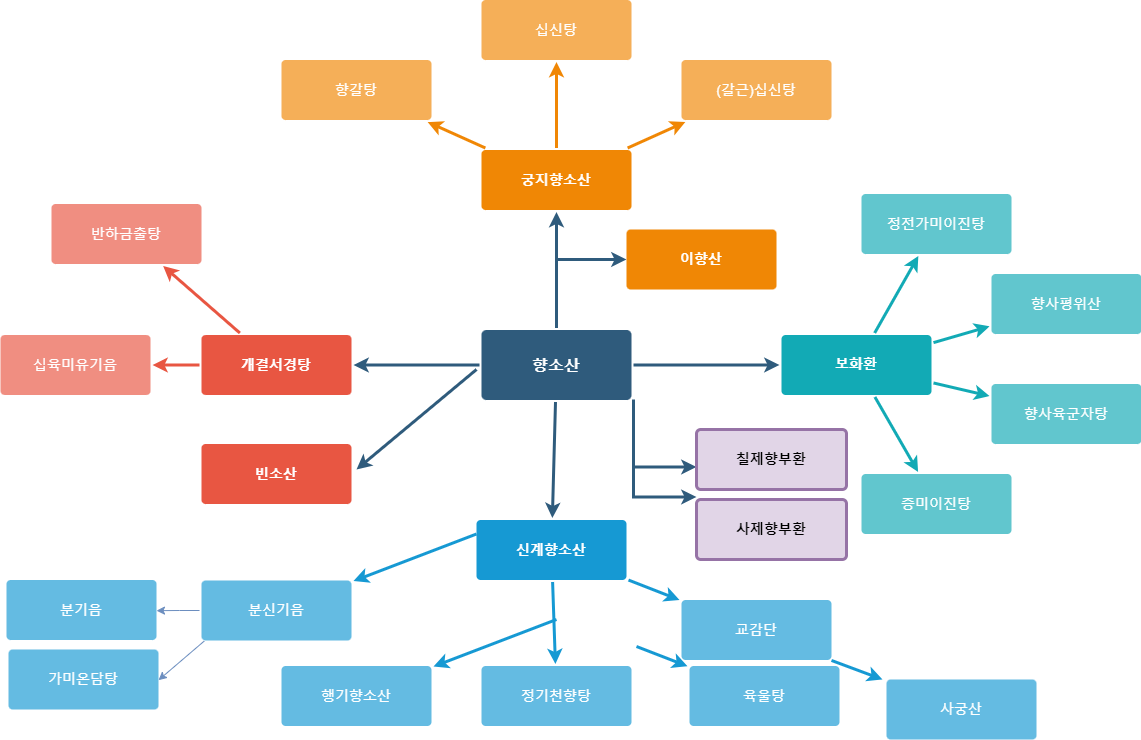
The draw.io diagram 향소산플로우차트.drawio.png in Jinzin71/sparta, before a commit. Source tidied: cells renumbered, new cells last; positions are measured from the earlier drawing's top-left corner, leaving out a move shared by most shapes.
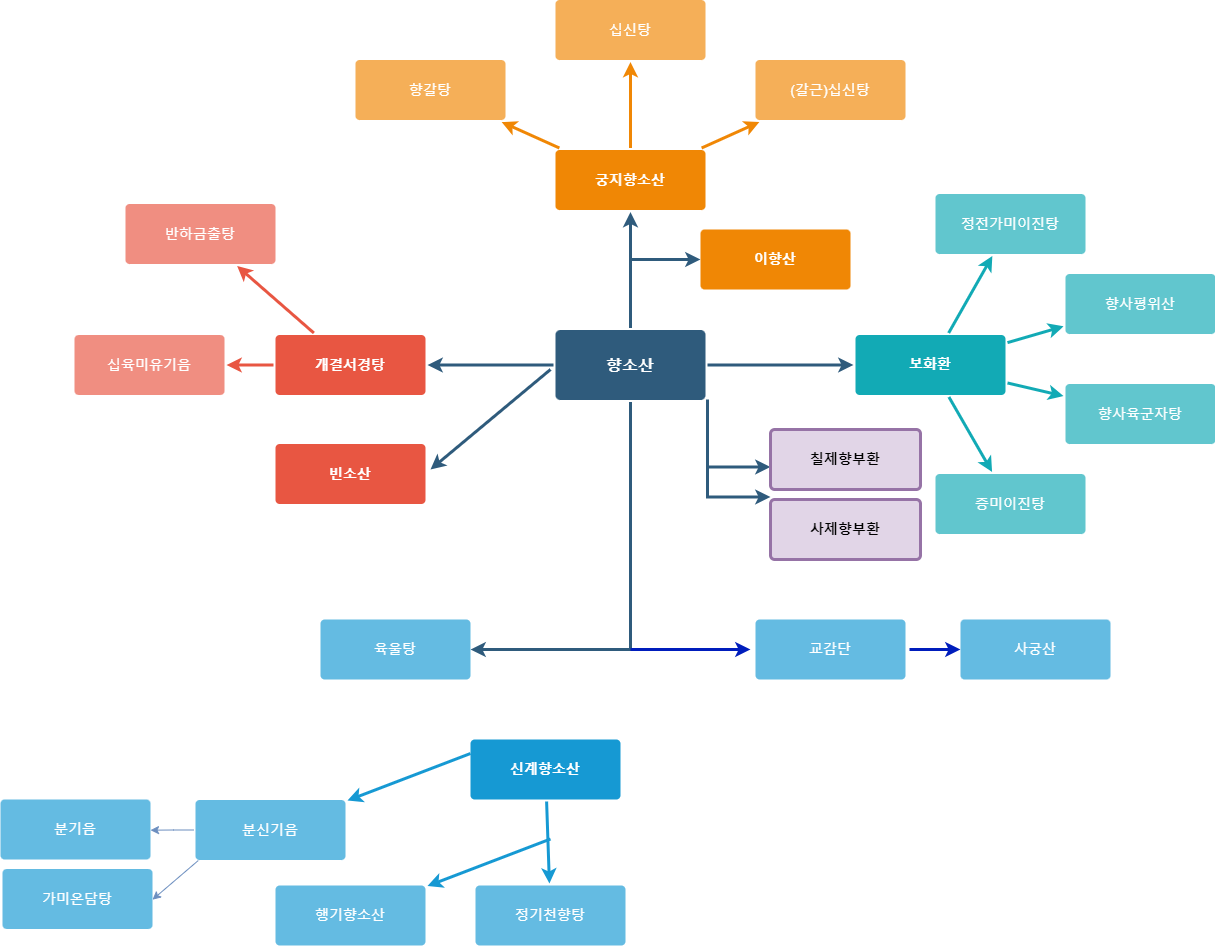
Above is the later version.

Commit message:
향소산플로우차트.drawio.png 업데이트

Change to the diagram source:
```diff
@@ -8,8 +8,13 @@
     <mxCell id="3" style="edgeStyle=none;rounded=0;jumpStyle=none;html=1;shadow=0;labelBackgroundColor=none;startArrow=none;startFill=0;endArrow=classic;endFill=1;jettySize=auto;strokeColor=#2F5B7C;strokeWidth=3;fontFamily=Helvetica;fontSize=16;fontColor=#23445D;spacing=5;" parent="1" edge="1" source="7" target="27">
       <mxGeometry relative="1" as="geometry" />
     </mxCell>
-    <mxCell id="4" style="edgeStyle=none;rounded=0;jumpStyle=none;html=1;shadow=0;labelBackgroundColor=none;startArrow=none;startFill=0;endArrow=classic;endFill=1;jettySize=auto;strokeColor=#2F5B7C;strokeWidth=3;fontFamily=Helvetica;fontSize=16;fontColor=#23445D;spacing=5;" parent="1" edge="1" source="7" target="16">
-      <mxGeometry relative="1" as="geometry" />
+    <mxCell id="4" style="edgeStyle=orthogonalEdgeStyle;rounded=0;jumpStyle=none;html=1;shadow=0;labelBackgroundColor=none;startArrow=none;startFill=0;endArrow=classic;endFill=1;jettySize=auto;strokeColor=#2F5B7C;strokeWidth=3;fontFamily=Helvetica;fontSize=16;fontColor=#23445D;spacing=5;" parent="1" edge="1" source="7">
+      <mxGeometry relative="1" as="geometry">
+        <mxPoint x="396" y="650" as="targetPoint" />
+        <Array as="points">
+          <mxPoint x="556" y="650" />
+        </Array>
+      </mxGeometry>
     </mxCell>
     <mxCell id="5" style="edgeStyle=none;rounded=0;jumpStyle=none;html=1;shadow=0;labelBackgroundColor=none;startArrow=none;startFill=0;endArrow=classic;endFill=1;jettySize=auto;strokeColor=#2F5B7C;strokeWidth=3;fontFamily=Helvetica;fontSize=16;fontColor=#23445D;spacing=5;" parent="1" edge="1" source="7" target="10">
       <mxGeometry relative="1" as="geometry" />
@@ -39,26 +44,23 @@
     </mxCell>
     <mxCell id="13" style="edgeStyle=none;rounded=0;jumpStyle=none;html=1;shadow=0;labelBackgroundColor=none;startArrow=none;startFill=0;endArrow=classic;endFill=1;jettySize=auto;strokeColor=#1699D3;strokeWidth=3;fontFamily=Helvetica;fontSize=14;fontColor=#FFFFFF;spacing=5;" parent="1" edge="1" target="19">
       <mxGeometry relative="1" as="geometry">
-        <mxPoint x="556" y="620" as="sourcePoint" />
+        <mxPoint x="476" y="839.5" as="sourcePoint" />
       </mxGeometry>
     </mxCell>
     <mxCell id="14" style="edgeStyle=none;rounded=0;jumpStyle=none;html=1;shadow=0;labelBackgroundColor=none;startArrow=none;startFill=0;endArrow=classic;endFill=1;jettySize=auto;strokeColor=#1699D3;strokeWidth=3;fontFamily=Helvetica;fontSize=14;fontColor=#FFFFFF;spacing=5;" parent="1" edge="1" source="16" target="18">
       <mxGeometry relative="1" as="geometry" />
     </mxCell>
-    <mxCell id="15" style="edgeStyle=none;rounded=0;jumpStyle=none;html=1;shadow=0;labelBackgroundColor=none;startArrow=none;startFill=0;endArrow=classic;endFill=1;jettySize=auto;strokeColor=#1699D3;strokeWidth=3;fontFamily=Helvetica;fontSize=14;fontColor=#FFFFFF;spacing=5;" parent="1" edge="1" source="16" target="17">
-      <mxGeometry relative="1" as="geometry" />
-    </mxCell>
     <mxCell id="16" value="신계향소산" style="rounded=1;whiteSpace=wrap;html=1;shadow=0;labelBackgroundColor=none;strokeColor=none;strokeWidth=3;fillColor=#1699d3;fontFamily=Helvetica;fontSize=14;fontColor=#FFFFFF;align=center;spacing=5;fontStyle=1;arcSize=7;perimeterSpacing=2;" parent="1" vertex="1">
-      <mxGeometry x="476" y="520.5" width="150" height="60" as="geometry" />
+      <mxGeometry x="396" y="740" width="150" height="60" as="geometry" />
     </mxCell>
     <mxCell id="17" value="교감단" style="rounded=1;whiteSpace=wrap;html=1;shadow=0;labelBackgroundColor=none;strokeColor=none;strokeWidth=3;fillColor=#64bbe2;fontFamily=Helvetica;fontSize=14;fontColor=#FFFFFF;align=center;spacing=5;arcSize=7;perimeterSpacing=2;" parent="1" vertex="1">
-      <mxGeometry x="681" y="600.5" width="150" height="60" as="geometry" />
+      <mxGeometry x="681" y="620" width="150" height="60" as="geometry" />
     </mxCell>
     <mxCell id="18" value="정기천향탕" style="rounded=1;whiteSpace=wrap;html=1;shadow=0;labelBackgroundColor=none;strokeColor=none;strokeWidth=3;fillColor=#64bbe2;fontFamily=Helvetica;fontSize=14;fontColor=#FFFFFF;align=center;spacing=5;arcSize=7;perimeterSpacing=2;" parent="1" vertex="1">
-      <mxGeometry x="481" y="666.5" width="150" height="60" as="geometry" />
+      <mxGeometry x="401" y="886" width="150" height="60" as="geometry" />
     </mxCell>
     <mxCell id="19" value="행기향소산" style="rounded=1;whiteSpace=wrap;html=1;shadow=0;labelBackgroundColor=none;strokeColor=none;strokeWidth=3;fillColor=#64bbe2;fontFamily=Helvetica;fontSize=14;fontColor=#FFFFFF;align=center;spacing=5;arcSize=7;perimeterSpacing=2;" parent="1" vertex="1">
-      <mxGeometry x="281" y="666.5" width="150" height="60" as="geometry" />
+      <mxGeometry x="201" y="886" width="150" height="60" as="geometry" />
     </mxCell>
     <mxCell id="20" value="궁지향소산" style="rounded=1;whiteSpace=wrap;html=1;shadow=0;labelBackgroundColor=none;strokeColor=none;strokeWidth=3;fillColor=#F08705;fontFamily=Helvetica;fontSize=14;fontColor=#FFFFFF;align=center;spacing=5;fontStyle=1;arcSize=7;perimeterSpacing=2;" parent="1" vertex="1">
       <mxGeometry x="481" y="150.5" width="150" height="60" as="geometry" />
@@ -150,46 +152,47 @@
     <mxCell id="43" value="사제향부환" style="rounded=1;whiteSpace=wrap;html=1;shadow=0;labelBackgroundColor=none;strokeColor=#9673a6;strokeWidth=3;fillColor=#e1d5e7;fontFamily=Helvetica;fontSize=14;align=center;spacing=5;fontStyle=1;arcSize=7;perimeterSpacing=2;" parent="1" vertex="1">
       <mxGeometry x="696" y="500" width="150" height="60" as="geometry" />
     </mxCell>
-    <mxCell id="44" style="edgeStyle=none;rounded=0;jumpStyle=none;html=1;shadow=0;labelBackgroundColor=none;startArrow=none;startFill=0;endArrow=classic;endFill=1;jettySize=auto;orthogonalLoop=1;strokeColor=#1699D3;strokeWidth=3;fontFamily=Helvetica;fontSize=14;fontColor=#FFFFFF;spacing=5;" parent="1" edge="1">
+    <mxCell id="44" style="edgeStyle=none;rounded=0;jumpStyle=none;html=1;shadow=0;labelBackgroundColor=none;startArrow=none;startFill=0;endArrow=classic;endFill=1;jettySize=auto;orthogonalLoop=1;strokeColor=#001DBC;strokeWidth=3;fontFamily=Helvetica;fontSize=14;fontColor=#FFFFFF;spacing=5;fillColor=#0050ef;" parent="1" edge="1">
       <mxGeometry relative="1" as="geometry">
-        <mxPoint x="831" y="661" as="sourcePoint" />
-        <mxPoint x="882" y="680" as="targetPoint" />
+        <mxPoint x="835" y="650" as="sourcePoint" />
+        <mxPoint x="886" y="650" as="targetPoint" />
       </mxGeometry>
     </mxCell>
     <mxCell id="45" value="사궁산" style="rounded=1;whiteSpace=wrap;html=1;shadow=0;labelBackgroundColor=none;strokeColor=none;strokeWidth=3;fillColor=#64bbe2;fontFamily=Helvetica;fontSize=14;fontColor=#FFFFFF;align=center;spacing=5;arcSize=7;perimeterSpacing=2;" parent="1" vertex="1">
-      <mxGeometry x="886" y="680" width="150" height="60" as="geometry" />
+      <mxGeometry x="886" y="620" width="150" height="60" as="geometry" />
     </mxCell>
     <mxCell id="46" style="edgeStyle=none;rounded=0;jumpStyle=none;html=1;shadow=0;labelBackgroundColor=none;startArrow=none;startFill=0;endArrow=classic;endFill=1;jettySize=auto;strokeColor=#1699D3;strokeWidth=3;fontFamily=Helvetica;fontSize=14;fontColor=#FFFFFF;spacing=5;" parent="1" edge="1" target="48">
       <mxGeometry relative="1" as="geometry">
-        <mxPoint x="476" y="534.5" as="sourcePoint" />
+        <mxPoint x="396" y="754" as="sourcePoint" />
       </mxGeometry>
     </mxCell>
     <mxCell id="47" style="edgeStyle=orthogonalEdgeStyle;rounded=0;jettySize=auto;html=1;exitX=0;exitY=0.5;exitDx=0;exitDy=0;fillColor=#dae8fc;strokeColor=#6c8ebf;" parent="1" edge="1" source="48">
       <mxGeometry relative="1" as="geometry">
-        <mxPoint x="156" y="611.2" as="targetPoint" />
+        <mxPoint x="76" y="830.7" as="targetPoint" />
       </mxGeometry>
     </mxCell>
     <mxCell id="48" value="분신기음" style="rounded=1;whiteSpace=wrap;html=1;shadow=0;labelBackgroundColor=none;strokeColor=none;strokeWidth=3;fillColor=#64bbe2;fontFamily=Helvetica;fontSize=14;fontColor=#FFFFFF;align=center;spacing=5;arcSize=7;perimeterSpacing=2;" parent="1" vertex="1">
-      <mxGeometry x="201" y="581" width="150" height="60" as="geometry" />
+      <mxGeometry x="121" y="800.5" width="150" height="60" as="geometry" />
     </mxCell>
-    <mxCell id="49" style="edgeStyle=none;rounded=0;jumpStyle=none;html=1;shadow=0;labelBackgroundColor=none;startArrow=none;startFill=0;endArrow=classic;endFill=1;jettySize=auto;strokeColor=#1699D3;strokeWidth=3;fontFamily=Helvetica;fontSize=14;fontColor=#FFFFFF;spacing=5;" parent="1" edge="1" target="50">
+    <mxCell id="49" style="edgeStyle=none;rounded=0;jumpStyle=none;html=1;shadow=0;labelBackgroundColor=none;startArrow=none;startFill=0;endArrow=classic;endFill=1;jettySize=auto;orthogonalLoop=1;strokeColor=#001DBC;strokeWidth=3;fontFamily=Helvetica;fontSize=14;fontColor=#FFFFFF;spacing=5;fillColor=#0050ef;" parent="1" edge="1">
       <mxGeometry relative="1" as="geometry">
-        <mxPoint x="636" y="647" as="sourcePoint" />
+        <mxPoint x="556" y="650" as="sourcePoint" />
+        <mxPoint x="676" y="650" as="targetPoint" />
       </mxGeometry>
     </mxCell>
     <mxCell id="50" value="육울탕" style="rounded=1;whiteSpace=wrap;html=1;shadow=0;labelBackgroundColor=none;strokeColor=none;strokeWidth=3;fillColor=#64bbe2;fontFamily=Helvetica;fontSize=14;fontColor=#FFFFFF;align=center;spacing=5;arcSize=7;perimeterSpacing=2;" parent="1" vertex="1">
-      <mxGeometry x="689" y="666.5" width="150" height="60" as="geometry" />
+      <mxGeometry x="246" y="620" width="150" height="60" as="geometry" />
     </mxCell>
     <mxCell id="51" value="분기음" style="rounded=1;whiteSpace=wrap;html=1;shadow=0;labelBackgroundColor=none;strokeColor=none;strokeWidth=3;fillColor=#64bbe2;fontFamily=Helvetica;fontSize=14;fontColor=#FFFFFF;align=center;spacing=5;arcSize=7;perimeterSpacing=2;" parent="1" vertex="1">
-      <mxGeometry x="6" y="580.5" width="150" height="60" as="geometry" />
+      <mxGeometry x="-74" y="800" width="150" height="60" as="geometry" />
     </mxCell>
     <mxCell id="52" style="rounded=0;jettySize=auto;html=1;exitX=0.031;exitY=0.977;exitDx=0;exitDy=0;fillColor=#dae8fc;strokeColor=#6c8ebf;exitPerimeter=0;" parent="1" edge="1" source="48">
       <mxGeometry relative="1" as="geometry">
-        <mxPoint x="158" y="680.7" as="targetPoint" />
+        <mxPoint x="78" y="900.2" as="targetPoint" />
       </mxGeometry>
     </mxCell>
     <mxCell id="53" value="가미온담탕" style="rounded=1;whiteSpace=wrap;html=1;shadow=0;labelBackgroundColor=none;strokeColor=none;strokeWidth=3;fillColor=#64bbe2;fontFamily=Helvetica;fontSize=14;fontColor=#FFFFFF;align=center;spacing=5;arcSize=7;perimeterSpacing=2;" parent="1" vertex="1">
-      <mxGeometry x="8" y="650" width="150" height="60" as="geometry" />
+      <mxGeometry x="-72" y="869.5" width="150" height="60" as="geometry" />
     </mxCell>
   </root>
 </mxGraphModel>
```
